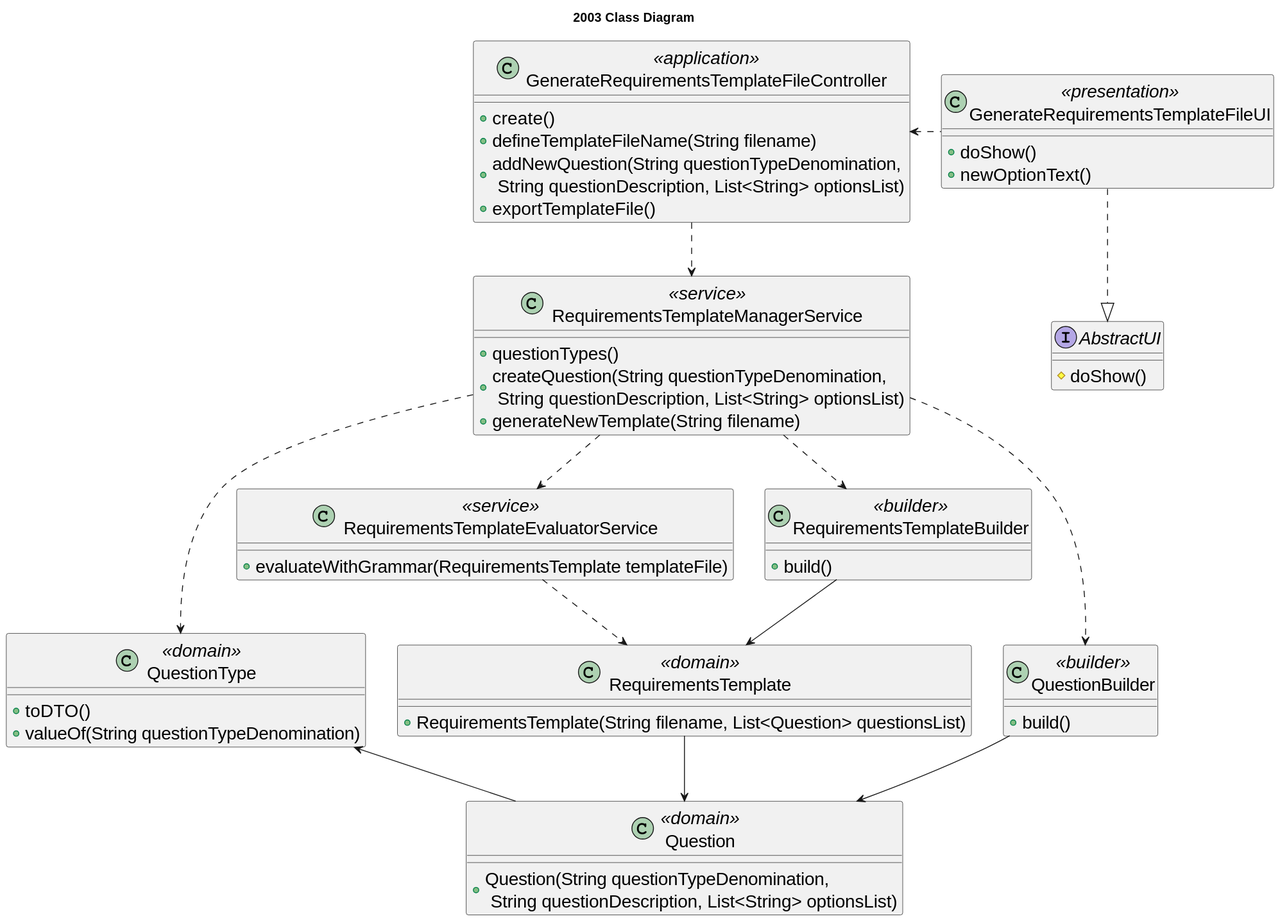
Earlier version of the PlantUML export docs/sb_us_2003/US2003_Class_Diagram/US2003_class_diagram.svg (rita-barbosa/LAPR4-2324). The source it was exported from:
```plantuml
@startuml
skinparamlocked defaultFontSize 20

title 2003 Class Diagram

interface AbstractUI {
# doShow()
}

class GenerateRequirementsTemplateFileUI <<presentation>>  {
+ doShow()
+ newOptionText()
}

class GenerateRequirementsTemplateFileController <<application>> {
+ create()
+ defineTemplateFileName(String filename)
+ addNewQuestion(String questionTypeDenomination,\n String questionDescription, List<String> optionsList)
+ exportTemplateFile()
}


class RequirementsTemplateManagerService <<service>> {
+ questionTypes()
+ createQuestion(String questionTypeDenomination,\n String questionDescription, List<String> optionsList)
+ generateNewTemplate(String filename)
}

class RequirementsTemplateEvaluatorService <<service>> {
+ evaluateWithGrammar(RequirementsTemplate templateFile)
}

class QuestionType <<domain>> {
+ toDTO()
+ valueOf(String questionTypeDenomination)
}


class RequirementsTemplateBuilder <<builder>> {
+ build()
}

class QuestionBuilder <<builder>> {
+ build()
}

class Question <<domain>> {
+ Question(String questionTypeDenomination,\n String questionDescription, List<String> optionsList)
}


class RequirementsTemplate <<domain>> {
+ RequirementsTemplate(String filename, List<Question> questionsList)
}


AbstractUI <|.up. GenerateRequirementsTemplateFileUI


GenerateRequirementsTemplateFileUI .left.> GenerateRequirementsTemplateFileController
GenerateRequirementsTemplateFileController ..> RequirementsTemplateManagerService
RequirementsTemplateManagerService ..> RequirementsTemplateEvaluatorService

RequirementsTemplateManagerService ..> QuestionType
RequirementsTemplateManagerService ..> QuestionBuilder
RequirementsTemplateManagerService ..> RequirementsTemplateBuilder
RequirementsTemplateEvaluatorService ..> RequirementsTemplate

RequirementsTemplateBuilder --> RequirementsTemplate
QuestionBuilder --> Question
Question -left-> QuestionType
RequirementsTemplate --> Question
@enduml
```
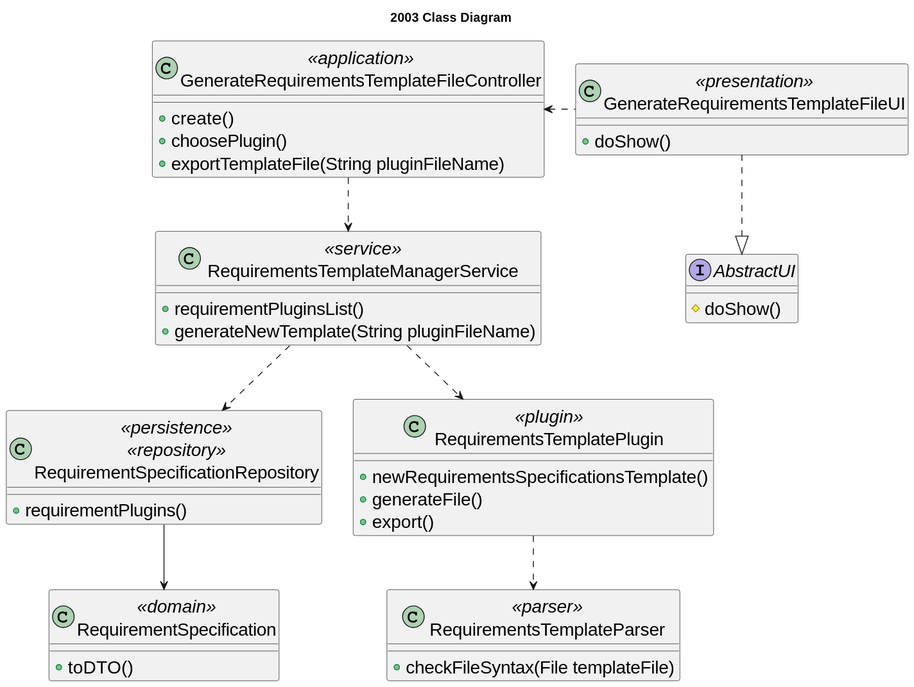
Above is the later version.

Commit message:
docs: US2003 design update for plugin (diagrams, grammar + patterns) + text template example [#104]

What changed in the source:
```diff
@@ -9,49 +9,37 @@
 
 class GenerateRequirementsTemplateFileUI <<presentation>>  {
 + doShow()
-+ newOptionText()
 }
 
 class GenerateRequirementsTemplateFileController <<application>> {
 + create()
-+ defineTemplateFileName(String filename)
-+ addNewQuestion(String questionTypeDenomination,\n String questionDescription, List<String> optionsList)
-+ exportTemplateFile()
++ choosePlugin()
++ exportTemplateFile(String pluginFileName)
 }
 
-
 class RequirementsTemplateManagerService <<service>> {
-+ questionTypes()
-+ createQuestion(String questionTypeDenomination,\n String questionDescription, List<String> optionsList)
-+ generateNewTemplate(String filename)
++ requirementPluginsList()
++ generateNewTemplate(String pluginFileName)
 }
 
-class RequirementsTemplateEvaluatorService <<service>> {
-+ evaluateWithGrammar(RequirementsTemplate templateFile)
+class RequirementSpecificationRepository <<persistence>>\n<<repository>> {
++ requirementPlugins()
 }
 
-class QuestionType <<domain>> {
+class RequirementSpecification <<domain>> {
 + toDTO()
-+ valueOf(String questionTypeDenomination)
 }
 
-
-class RequirementsTemplateBuilder <<builder>> {
-+ build()
+class RequirementsTemplatePlugin <<plugin>> {
++ newRequirementsSpecificationsTemplate()
++ generateFile()
++ export()
 }
 
-class QuestionBuilder <<builder>> {
-+ build()
+class RequirementsTemplateParser <<parser>> {
++ checkFileSyntax(File templateFile)
 }
 
-class Question <<domain>> {
-+ Question(String questionTypeDenomination,\n String questionDescription, List<String> optionsList)
-}
-
-
-class RequirementsTemplate <<domain>> {
-+ RequirementsTemplate(String filename, List<Question> questionsList)
-}
 
 
 AbstractUI <|.up. GenerateRequirementsTemplateFileUI
@@ -59,15 +47,8 @@
 
 GenerateRequirementsTemplateFileUI .left.> GenerateRequirementsTemplateFileController
 GenerateRequirementsTemplateFileController ..> RequirementsTemplateManagerService
-RequirementsTemplateManagerService ..> RequirementsTemplateEvaluatorService
-
-RequirementsTemplateManagerService ..> QuestionType
-RequirementsTemplateManagerService ..> QuestionBuilder
-RequirementsTemplateManagerService ..> RequirementsTemplateBuilder
-RequirementsTemplateEvaluatorService ..> RequirementsTemplate
-
-RequirementsTemplateBuilder --> RequirementsTemplate
-QuestionBuilder --> Question
-Question -left-> QuestionType
-RequirementsTemplate --> Question
+RequirementsTemplateManagerService ..> RequirementSpecificationRepository
+RequirementSpecificationRepository --> RequirementSpecification
+RequirementsTemplateManagerService ..> RequirementsTemplatePlugin
+RequirementsTemplatePlugin ..> RequirementsTemplateParser
 @enduml
```
